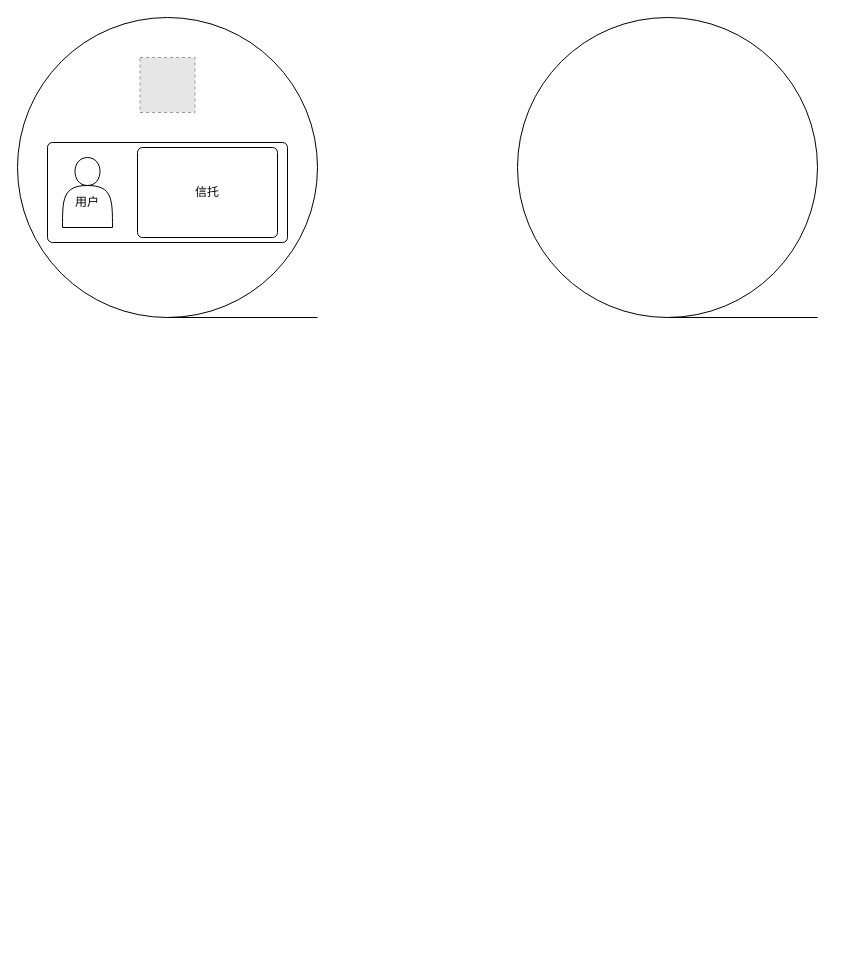
Above: chainx_taproot.drawio in 0xrjman/taproot (draw.io), before the change. Source tidied: cells renumbered, new cells numbered last; positions are measured from the earlier drawing's top-left corner, leaving out a move shared by most shapes. Both pictures are drawn from the tidied source at 100%, with x=0, y=0 at pixel (17, 17). Pictures stored in the file or linked from it are replaced by grey dashed boxes.
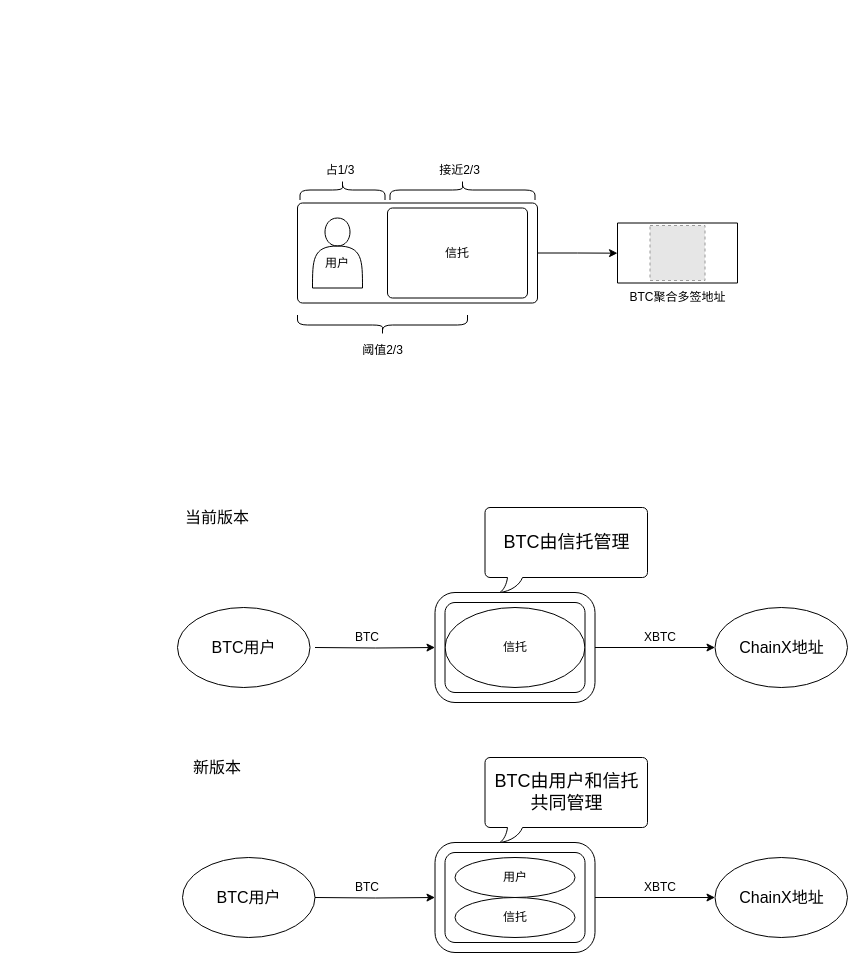
After the change.

What changed in the source:
```diff
@@
-    <mxCell id="2" style="edgeStyle=orthogonalEdgeStyle;rounded=0;jettySize=auto;html=1;" parent="1" edge="1" source="4">
-      <mxGeometry relative="1" as="geometry">
-        <mxPoint x="150" y="100" as="targetPoint" />
-      </mxGeometry>
+    <mxCell id="2" style="edgeStyle=orthogonalEdgeStyle;rounded=0;jettySize=auto;html=1;entryX=0;entryY=0.503;entryDx=0;entryDy=0;entryPerimeter=0;" parent="1" edge="1" source="4" target="10">
+      <mxGeometry relative="1" as="geometry" />
     </mxCell>
-    <mxCell id="3" style="shape=tapeData;whiteSpace=wrap;html=1;perimeter=ellipsePerimeter;" parent="1" vertex="1">
-      <mxGeometry width="300" height="300" as="geometry" />
-    </mxCell>
     <mxCell id="4" style="rounded=1;absoluteArcSize=1;html=1;arcSize=10;" parent="1" vertex="1">
-      <mxGeometry x="30" y="125" width="240" height="100" as="geometry" />
+      <mxGeometry x="280" y="185.5" width="240" height="100" as="geometry" />
     </mxCell>
@@
+    <mxCell id="10" value="BTC聚合多签地址" style="verticalLabelPosition=bottom;verticalAlign=top;html=1;shape=mxgraph.basic.rect;fillColor2=none;strokeWidth=1;size=20;indent=5;" parent="1" vertex="1">
+      <mxGeometry x="600" y="205.5" width="120" height="60" as="geometry" />
+    </mxCell>
     <mxCell id="8" style="fillColor=#E6E6E6;strokeColor=#999999;dashed=1;verticalLabelPosition=bottom;verticalAlign=top;" parent="1" vertex="1">
-      <mxGeometry x="122.5" y="40" width="55" height="55" as="geometry" />
+      <mxGeometry x="632.5" y="208" width="55" height="55" as="geometry" />
     </mxCell>
-    <mxCell id="9" style="shape=tapeData;whiteSpace=wrap;html=1;perimeter=ellipsePerimeter;" parent="1" vertex="1">
-      <mxGeometry x="500" width="300" height="300" as="geometry" />
-    </mxCell>
+    <mxCell id="11" style="edgeStyle=orthogonalEdgeStyle;rounded=0;jettySize=auto;html=1;entryX=0;entryY=0.5;entryDx=0;entryDy=0;entryPerimeter=0;" parent="1" edge="1" target="25">
+      <mxGeometry relative="1" as="geometry">
+        <mxPoint x="297.5" y="630" as="sourcePoint" />
+      </mxGeometry>
+    </mxCell>
+    <mxCell id="12" style="edgeStyle=orthogonalEdgeStyle;rounded=0;jettySize=auto;html=1;exitX=1;exitY=0.5;exitDx=0;exitDy=0;exitPerimeter=0;" parent="1" edge="1" source="25" target="13">
+      <mxGeometry relative="1" as="geometry" />
+    </mxCell>
+    <mxCell id="13" value="&lt;font style=&quot;font-size: 16px&quot;&gt;ChainX地址&lt;/font&gt;" style="ellipse;whiteSpace=wrap;html=1;" parent="1" vertex="1">
+      <mxGeometry x="697.5" y="590" width="132.5" height="80" as="geometry" />
+    </mxCell>
+    <mxCell id="14" style="edgeStyle=orthogonalEdgeStyle;rounded=0;jettySize=auto;html=1;entryX=0;entryY=0.5;entryDx=0;entryDy=0;entryPerimeter=0;" parent="1" edge="1" target="23">
+      <mxGeometry relative="1" as="geometry">
+        <mxPoint x="297.5" y="880" as="sourcePoint" />
+      </mxGeometry>
+    </mxCell>
+    <mxCell id="15" value="BTC" style="text;html=1;strokeColor=none;fillColor=none;align=center;verticalAlign=middle;whiteSpace=wrap;rounded=0;" parent="1" vertex="1">
+      <mxGeometry x="330" y="610" width="40" height="20" as="geometry" />
+    </mxCell>
+    <mxCell id="16" value="XBTC" style="text;html=1;strokeColor=none;fillColor=none;align=center;verticalAlign=middle;whiteSpace=wrap;rounded=0;" parent="1" vertex="1">
+      <mxGeometry x="622.5" y="610" width="40" height="20" as="geometry" />
+    </mxCell>
+    <mxCell id="17" value="BTC" style="text;html=1;strokeColor=none;fillColor=none;align=center;verticalAlign=middle;whiteSpace=wrap;rounded=0;" parent="1" vertex="1">
+      <mxGeometry x="330" y="860" width="40" height="20" as="geometry" />
+    </mxCell>
+    <mxCell id="18" value="信托" style="ellipse;whiteSpace=wrap;html=1;" parent="1" vertex="1">
+      <mxGeometry x="437.5" y="880" width="120" height="40" as="geometry" />
+    </mxCell>
+    <mxCell id="19" style="edgeStyle=orthogonalEdgeStyle;rounded=0;jettySize=auto;html=1;exitX=1;exitY=0.5;exitDx=0;exitDy=0;exitPerimeter=0;" parent="1" edge="1" source="23" target="20">
+      <mxGeometry relative="1" as="geometry" />
+    </mxCell>
+    <mxCell id="20" value="&lt;font style=&quot;font-size: 16px&quot;&gt;ChainX地址&lt;/font&gt;" style="ellipse;whiteSpace=wrap;html=1;" parent="1" vertex="1">
+      <mxGeometry x="697.5" y="840" width="132.5" height="80" as="geometry" />
+    </mxCell>
+    <mxCell id="21" value="XBTC" style="text;html=1;strokeColor=none;fillColor=none;align=center;verticalAlign=middle;whiteSpace=wrap;rounded=0;" parent="1" vertex="1">
+      <mxGeometry x="622.5" y="860" width="40" height="20" as="geometry" />
+    </mxCell>
+    <mxCell id="22" value="用户" style="ellipse;whiteSpace=wrap;html=1;" parent="1" vertex="1">
+      <mxGeometry x="437.5" y="840" width="120" height="40" as="geometry" />
+    </mxCell>
+    <mxCell id="23" style="verticalLabelPosition=bottom;verticalAlign=top;html=1;shape=mxgraph.basic.rounded_frame;dx=10;" parent="1" vertex="1">
+      <mxGeometry x="417.5" y="825" width="160" height="110" as="geometry" />
+    </mxCell>
+    <mxCell id="24" value="信托" style="ellipse;whiteSpace=wrap;html=1;" parent="1" vertex="1">
+      <mxGeometry x="427.5" y="590" width="140" height="80" as="geometry" />
+    </mxCell>
+    <mxCell id="25" style="verticalLabelPosition=bottom;verticalAlign=top;html=1;shape=mxgraph.basic.rounded_frame;dx=10;" parent="1" vertex="1">
+      <mxGeometry x="417.5" y="575" width="160" height="110" as="geometry" />
+    </mxCell>
+    <mxCell id="26" value="&lt;font style=&quot;font-size: 18px&quot;&gt;BTC由用户和信托共同管理&lt;/font&gt;" style="whiteSpace=wrap;html=1;shape=mxgraph.basic.roundRectCallout;dx=30;dy=15;size=5;boundedLbl=1;" parent="1" vertex="1">
+      <mxGeometry x="467.5" y="740" width="162.5" height="85" as="geometry" />
+    </mxCell>
+    <mxCell id="27" value="&lt;font style=&quot;font-size: 18px&quot;&gt;BTC由信托管理&lt;/font&gt;" style="whiteSpace=wrap;html=1;shape=mxgraph.basic.roundRectCallout;dx=30;dy=15;size=5;boundedLbl=1;" parent="1" vertex="1">
+      <mxGeometry x="467.5" y="490" width="162.5" height="85" as="geometry" />
+    </mxCell>
+    <mxCell id="28" value="&lt;font style=&quot;font-size: 16px&quot;&gt;BTC用户&lt;/font&gt;" style="ellipse;whiteSpace=wrap;html=1;" parent="1" vertex="1">
+      <mxGeometry x="165" y="840" width="132.5" height="80" as="geometry" />
+    </mxCell>
+    <mxCell id="29" value="&lt;font style=&quot;font-size: 16px&quot;&gt;BTC用户&lt;/font&gt;" style="ellipse;whiteSpace=wrap;html=1;" parent="1" vertex="1">
+      <mxGeometry x="160" y="590" width="132.5" height="80" as="geometry" />
+    </mxCell>
+    <mxCell id="30" style="shape=curlyBracket;whiteSpace=wrap;html=1;rounded=1;rotation=90;" parent="1" vertex="1">
+      <mxGeometry x="315" y="130" width="20" height="85" as="geometry" />
+    </mxCell>
+    <mxCell id="31" style="shape=curlyBracket;whiteSpace=wrap;html=1;rounded=1;rotation=90;" parent="1" vertex="1">
+      <mxGeometry x="435" y="100" width="20" height="145" as="geometry" />
+    </mxCell>
+    <mxCell id="32" value="占1/3" style="text;html=1;strokeColor=none;fillColor=none;align=center;verticalAlign=middle;whiteSpace=wrap;rounded=0;" parent="1" vertex="1">
+      <mxGeometry x="302.5" y="142.5" width="40" height="20" as="geometry" />
+    </mxCell>
+    <mxCell id="33" value="接近2/3" style="text;html=1;strokeColor=none;fillColor=none;align=center;verticalAlign=middle;whiteSpace=wrap;rounded=0;" parent="1" vertex="1">
+      <mxGeometry x="420" y="142.5" width="45" height="20" as="geometry" />
+    </mxCell>
+    <mxCell id="34" style="shape=curlyBracket;whiteSpace=wrap;html=1;rounded=1;flipH=1;rotation=90;" parent="1" vertex="1">
+      <mxGeometry x="355" y="222.5" width="20" height="170" as="geometry" />
+    </mxCell>
+    <mxCell id="35" value="阈值2/3" style="text;html=1;strokeColor=none;fillColor=none;align=center;verticalAlign=middle;whiteSpace=wrap;rounded=0;" parent="1" vertex="1">
+      <mxGeometry x="337.5" y="322.5" width="55" height="20" as="geometry" />
+    </mxCell>
+    <mxCell id="36" value="&lt;font style=&quot;font-size: 16px&quot;&gt;当前版本&lt;/font&gt;" style="text;html=1;strokeColor=none;fillColor=none;align=center;verticalAlign=middle;whiteSpace=wrap;rounded=0;" parent="1" vertex="1">
+      <mxGeometry x="165" y="490" width="70" height="20" as="geometry" />
+    </mxCell>
+    <mxCell id="37" value="&lt;font style=&quot;font-size: 16px&quot;&gt;新版本&lt;/font&gt;" style="text;html=1;strokeColor=none;fillColor=none;align=center;verticalAlign=middle;whiteSpace=wrap;rounded=0;" parent="1" vertex="1">
+      <mxGeometry x="165" y="740" width="70" height="20" as="geometry" />
+    </mxCell>
```
